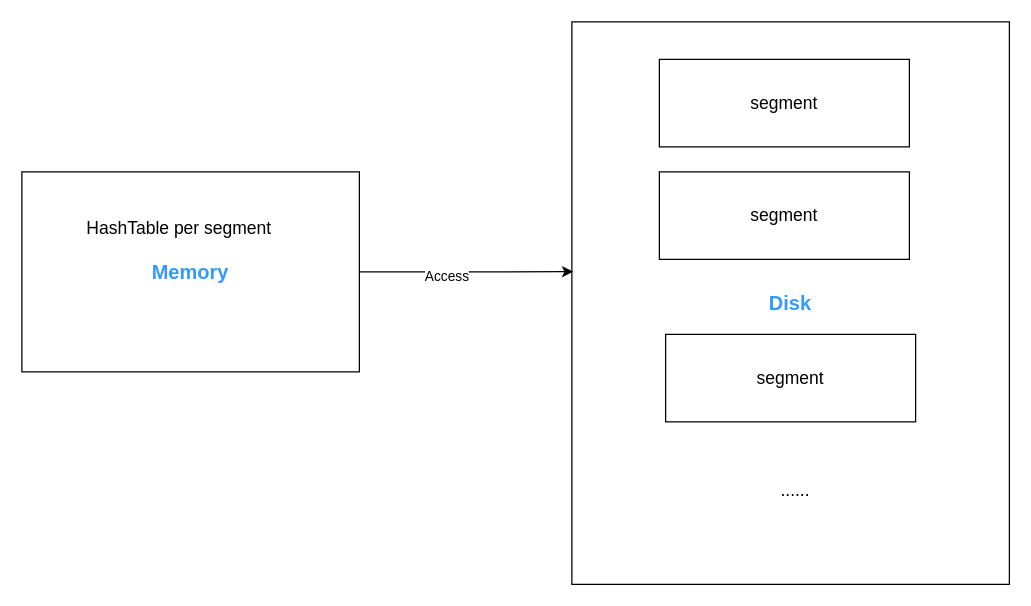
NinaPeng-developer/ImageStorage keeps this draw.io diagram as drawioImage/SSTable.drawio. Above is the earlier version. Source tidied: cells renumbered, new cells numbered last; positions are measured from the earlier drawing's top-left corner, leaving out a move shared by most shapes. Both pictures are drawn from the tidied source at 125%, with x=0, y=0 at pixel (21, 21).
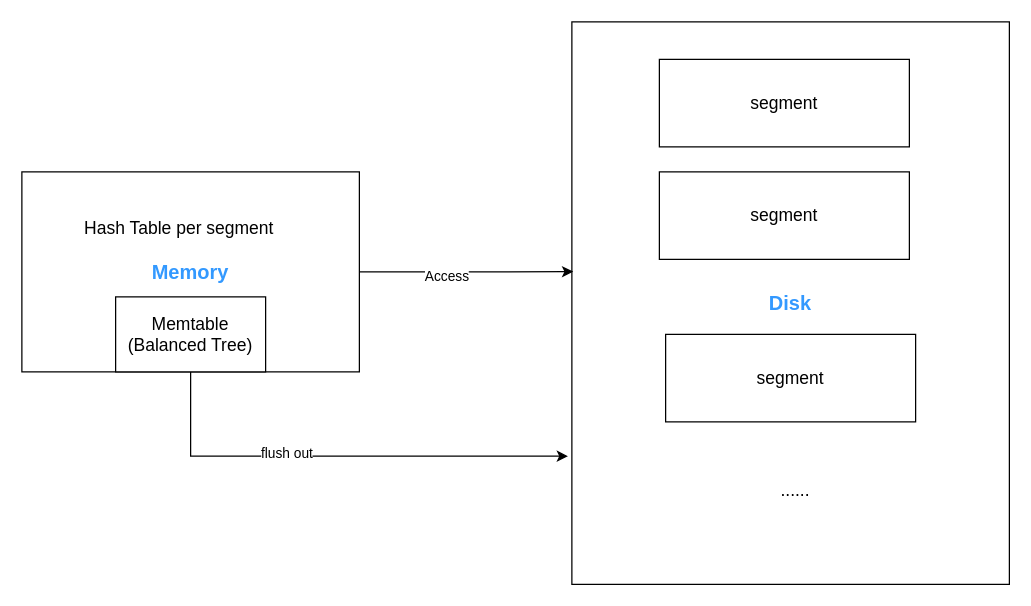
Above is the later version.

Change to the diagram source:
```diff
@@
 <mxGraphModel>
   <root>
     <mxCell id="0" />
     <mxCell id="1" parent="0" />
     <mxCell id="2" value="&lt;font color=&quot;#3399ff&quot; style=&quot;font-size: 16px;&quot;&gt;&lt;b&gt;Memory&lt;/b&gt;&lt;/font&gt;" style="rounded=0;whiteSpace=wrap;html=1;" parent="1" vertex="1">
       <mxGeometry y="120" width="270" height="160" as="geometry" />
     </mxCell>
-    <mxCell id="3" value="&lt;font style=&quot;font-size: 14px;&quot;&gt;HashTable per segment&lt;/font&gt;" style="text;html=1;strokeColor=none;fillColor=none;align=center;verticalAlign=middle;whiteSpace=wrap;rounded=0;" parent="1" vertex="1">
+    <mxCell id="3" value="&lt;font style=&quot;font-size: 14px;&quot;&gt;Hash Table per segment&lt;/font&gt;" style="text;html=1;strokeColor=none;fillColor=none;align=center;verticalAlign=middle;whiteSpace=wrap;rounded=0;" parent="1" vertex="1">
       <mxGeometry x="30" y="140" width="192.4" height="50" as="geometry" />
     </mxCell>
     <mxCell id="4" value="&lt;font color=&quot;#3399ff&quot; style=&quot;font-size: 16px;&quot;&gt;&lt;b&gt;Disk&lt;/b&gt;&lt;/font&gt;" style="rounded=0;whiteSpace=wrap;html=1;" parent="1" vertex="1">
       <mxGeometry x="440" width="350" height="450" as="geometry" />
     </mxCell>
     <mxCell id="5" value="&lt;font style=&quot;font-size: 14px;&quot;&gt;segment&lt;/font&gt;" style="rounded=0;whiteSpace=wrap;html=1;" parent="1" vertex="1">
       <mxGeometry x="510" y="30" width="200" height="70" as="geometry" />
     </mxCell>
     <mxCell id="6" value="&lt;font style=&quot;font-size: 14px;&quot;&gt;segment&lt;/font&gt;" style="rounded=0;whiteSpace=wrap;html=1;" parent="1" vertex="1">
       <mxGeometry x="510" y="120" width="200" height="70" as="geometry" />
     </mxCell>
     <mxCell id="7" value="&lt;font style=&quot;font-size: 14px;&quot;&gt;segment&lt;/font&gt;" style="rounded=0;whiteSpace=wrap;html=1;" parent="1" vertex="1">
       <mxGeometry x="515" y="250" width="200" height="70" as="geometry" />
     </mxCell>
     <mxCell id="8" value="&lt;span style=&quot;font-size: 14px;&quot;&gt;......&lt;/span&gt;" style="text;html=1;strokeColor=none;fillColor=none;align=center;verticalAlign=middle;whiteSpace=wrap;rounded=0;" parent="1" vertex="1">
       <mxGeometry x="522.6" y="350" width="192.4" height="50" as="geometry" />
     </mxCell>
     <mxCell id="9" style="edgeStyle=orthogonalEdgeStyle;rounded=0;jettySize=auto;html=1;entryX=0.003;entryY=0.444;entryDx=0;entryDy=0;entryPerimeter=0;" parent="1" edge="1" source="2" target="4">
       <mxGeometry relative="1" as="geometry" />
     </mxCell>
     <mxCell id="10" value="Access" style="edgeLabel;html=1;align=center;verticalAlign=middle;" parent="9" vertex="1">
       <mxGeometry x="-0.19" y="-3" relative="1" as="geometry" />
     </mxCell>
+    <mxCell id="11" value="&lt;font style=&quot;font-size: 14px;&quot;&gt;Memtable&lt;br&gt;(Balanced Tree)&lt;/font&gt;" style="rounded=0;whiteSpace=wrap;html=1;" parent="1" vertex="1">
+      <mxGeometry x="75" y="220" width="120" height="60" as="geometry" />
+    </mxCell>
+    <mxCell id="12" style="edgeStyle=orthogonalEdgeStyle;rounded=0;jettySize=auto;html=1;entryX=-0.009;entryY=0.772;entryDx=0;entryDy=0;entryPerimeter=0;exitX=0.5;exitY=1;exitDx=0;exitDy=0;" parent="1" edge="1" source="11" target="4">
+      <mxGeometry relative="1" as="geometry">
+        <Array as="points">
+          <mxPoint x="135" y="347" />
+        </Array>
+      </mxGeometry>
+    </mxCell>
+    <mxCell id="13" value="flush out" style="edgeLabel;html=1;align=center;verticalAlign=middle;" parent="12" vertex="1">
+      <mxGeometry x="-0.22" y="3" relative="1" as="geometry" />
+    </mxCell>
   </root>
 </mxGraphModel>
```
